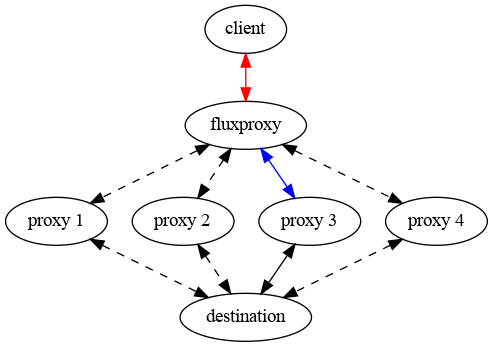
Earlier version of the Graphviz export static/fluxproxy.png (miku/httpgetaway). Its source is kept beside it as static/fluxproxy.dot.
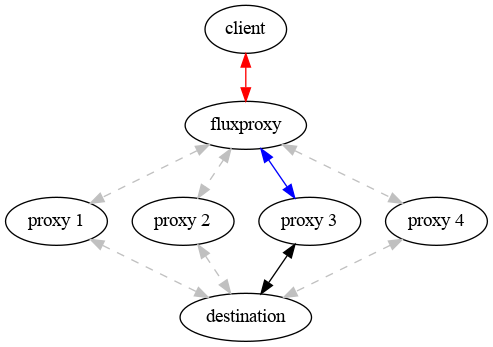
After the commit.

The edit, as a diff of the source:
```diff
@@ -3,15 +3,15 @@
     client -> "fluxproxy" [color=red];
     "fluxproxy" -> client [color=red];
 
-    "fluxproxy" -> "proxy 1" [style=dashed];
-    "fluxproxy" -> "proxy 2" [style=dashed];
+    "fluxproxy" -> "proxy 1" [style=dashed color=gray];
+    "fluxproxy" -> "proxy 2" [style=dashed color=gray];
     "fluxproxy" -> "proxy 3" [style=solid color=blue];
-    "fluxproxy" -> "proxy 4" [style=dashed];
+    "fluxproxy" -> "proxy 4" [style=dashed color=gray];
 
-    "proxy 1" -> "fluxproxy" [style=dashed];
-    "proxy 2" -> "fluxproxy" [style=dashed];
+    "proxy 1" -> "fluxproxy" [style=dashed color=gray];
+    "proxy 2" -> "fluxproxy" [style=dashed color=gray];
     "proxy 3" -> "fluxproxy" [style=solid color=blue];
-    "proxy 4" -> "fluxproxy" [style=dashed];
+    "proxy 4" -> "fluxproxy" [style=dashed color=gray];
 
     subgraph {
 
@@ -26,15 +26,15 @@
 
     "proxy 3" -> "fluxproxy";
 
-    "proxy 1" -> "destination" [style=dashed];
-    "proxy 2" -> "destination" [style=dashed];
+    "proxy 1" -> "destination" [style=dashed color=gray];
+    "proxy 2" -> "destination" [style=dashed color=gray ];
     "proxy 3" -> "destination" [style=solid];
-    "proxy 4" -> "destination" [style=dashed];
+    "proxy 4" -> "destination" [style=dashed color=gray];
 
-    "destination" -> "proxy 1" [style=dashed];
-    "destination" -> "proxy 2" [style=dashed];
+    "destination" -> "proxy 1" [style=dashed color=gray];
+    "destination" -> "proxy 2" [style=dashed color=gray];
     "destination" -> "proxy 3" [style=solid];
-    "destination" -> "proxy 4" [style=dashed];
+    "destination" -> "proxy 4" [style=dashed color=gray];
 
     "destination" -> "proxy 3";
 }
```
